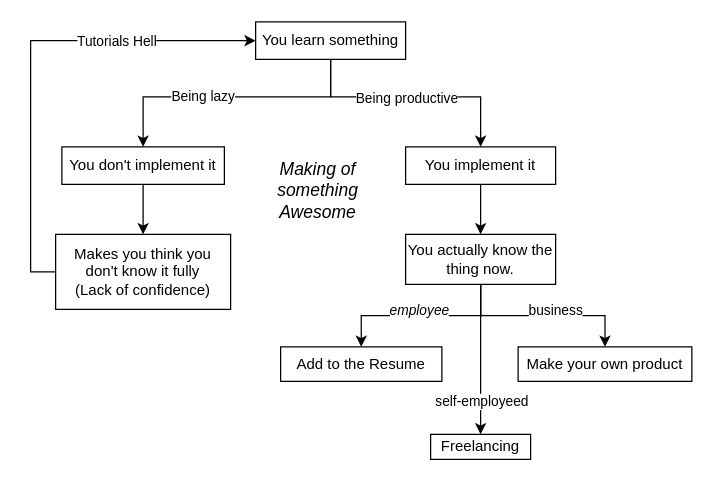
Above: first-diagram.drawio in ABSphreak/diagrams (draw.io), before the change. Source tidied: cells renumbered, new cells numbered last; positions are measured from the earlier drawing's top-left corner, leaving out a move shared by most shapes. Both pictures are drawn from the tidied source at 125%, with x=0, y=0 at pixel (30, 21).
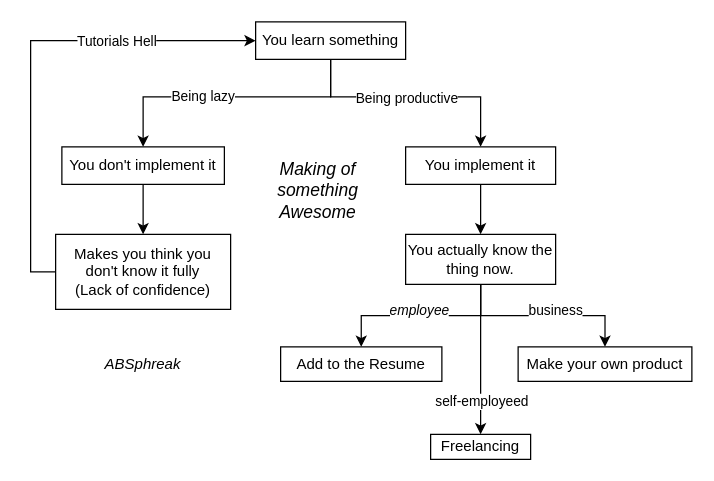
After the change.

What changed in the source:
```diff
@@
+    <mxCell id="25" value="&lt;i&gt;ABSphreak&lt;/i&gt;" style="text;html=1;strokeColor=none;fillColor=none;align=center;verticalAlign=middle;whiteSpace=wrap;rounded=0;" parent="1" vertex="1">
+      <mxGeometry x="70" y="263.8" width="40" height="20" as="geometry" />
+    </mxCell>
```
